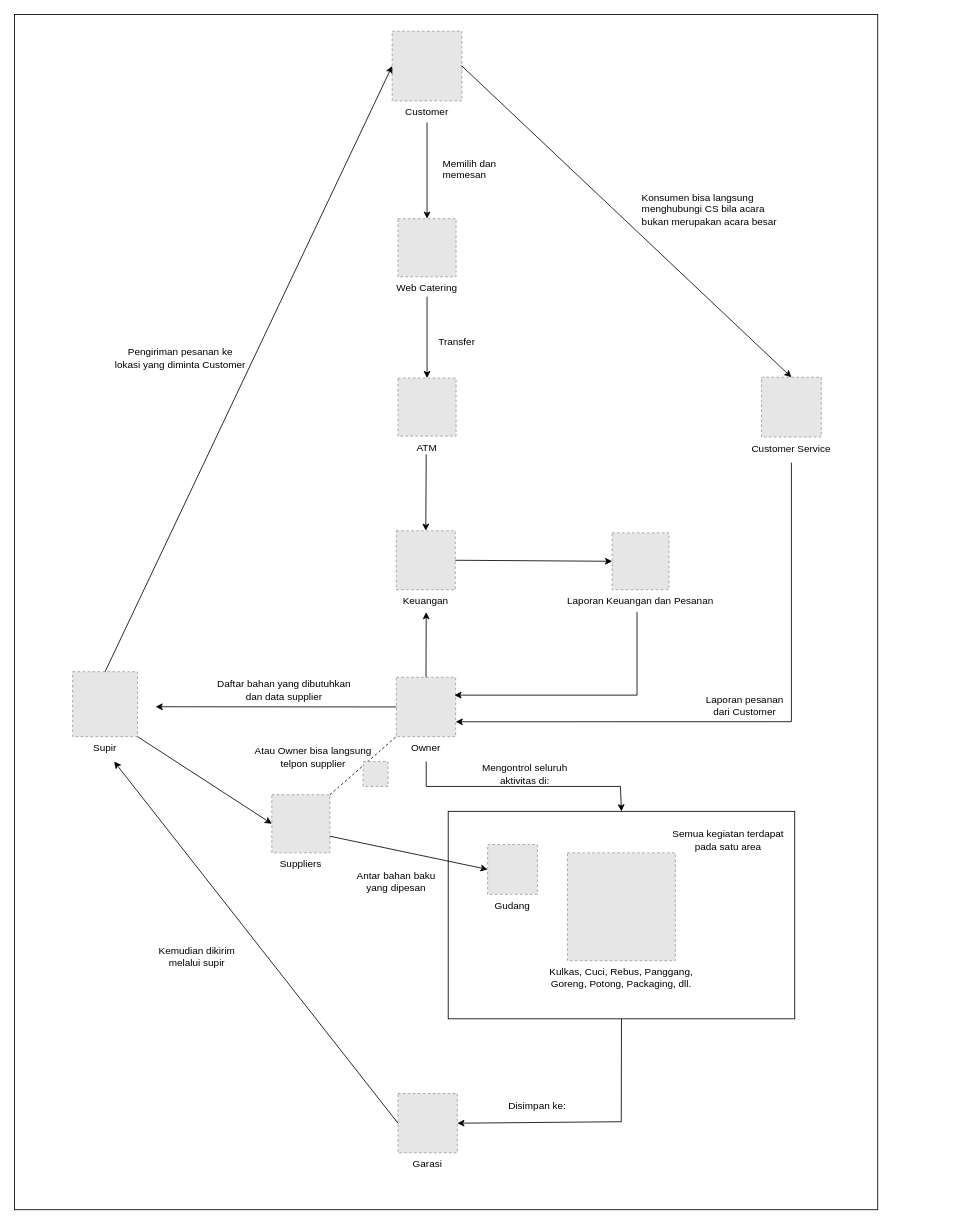
This is richpicture.drawio from kaniadinda/2102421_KaniaDindaFasya_C12021, a draw.io file, before an edit. Source tidied: cells renumbered, new cells numbered last; positions are measured from the earlier drawing's top-left corner, leaving out a move shared by most shapes. Both pictures are drawn from the tidied source at 83%, with x=0, y=0 at pixel (14, 14). Pictures stored in the file or linked from it are replaced by grey dashed boxes.
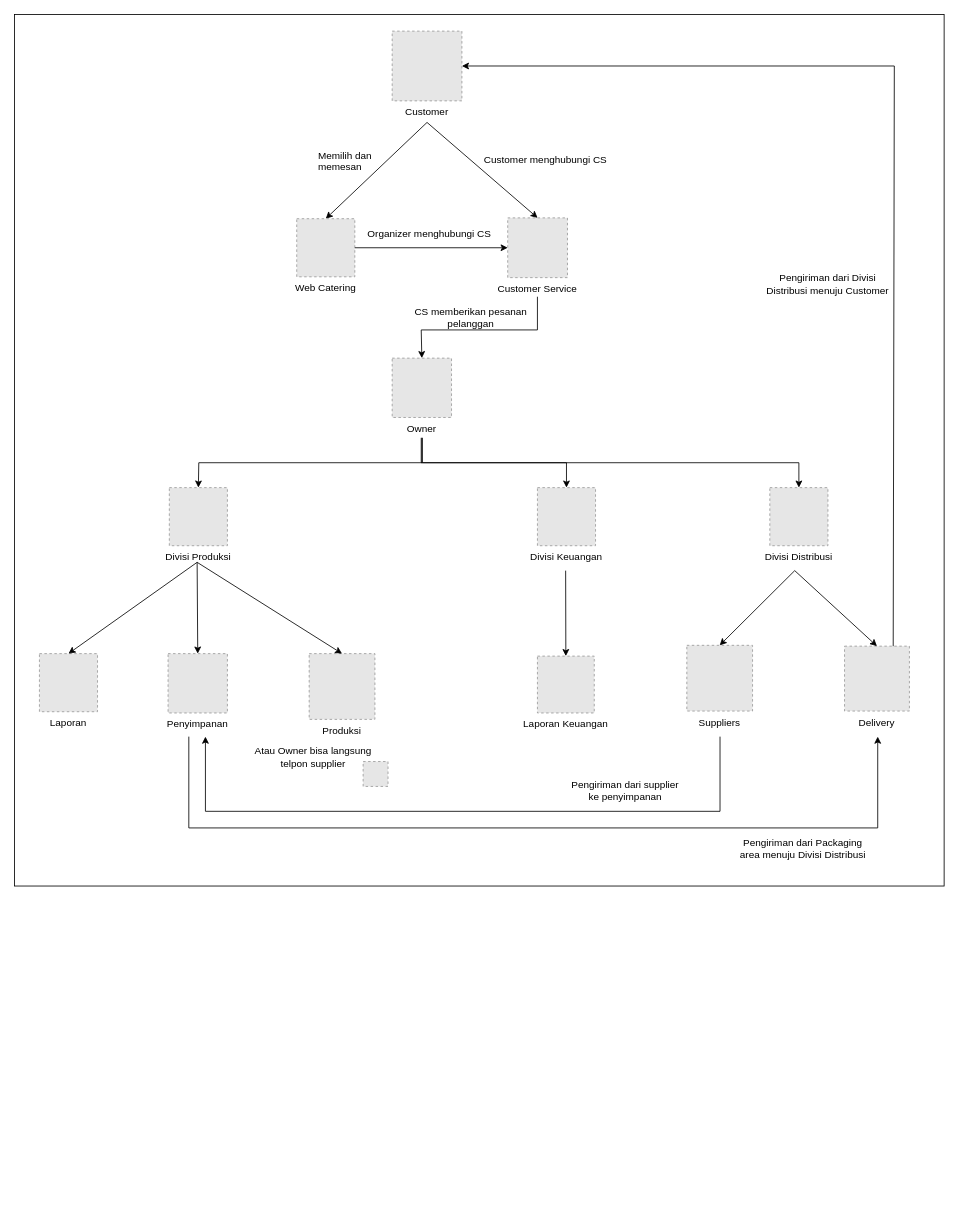
The same diagram, later.

Unchanged cells that the change refers to:
```xml
<mxCell id="6" value="Customer" style="fillColor=#E6E6E6;strokeColor=#999999;dashed=1;verticalLabelPosition=bottom;verticalAlign=top;labelBackgroundColor=#ffffff;" parent="1" vertex="1">
  <mxGeometry x="455" y="20" width="84" height="84" as="geometry" />
</mxCell>
```

Diff of the diagram source:
```diff
@@
     <mxCell id="2" style="rounded=0;whiteSpace=wrap;html=1;" parent="1" vertex="1">
-      <mxGeometry width="1040" height="1440" as="geometry" />
+      <mxGeometry width="1120" height="1050" as="geometry" />
     </mxCell>
-    <mxCell id="3" style="rounded=0;whiteSpace=wrap;html=1;" parent="1" vertex="1">
-      <mxGeometry x="522.5" y="960" width="417.5" height="250" as="geometry" />
-    </mxCell>
-    <mxCell id="4" value="Laporan Keuangan dan Pesanan" style="fillColor=#E6E6E6;strokeColor=#999999;dashed=1;verticalLabelPosition=bottom;verticalAlign=top;labelBackgroundColor=#ffffff;" parent="1" vertex="1">
-      <mxGeometry x="720" y="624.5" width="68.5" height="68.5" as="geometry" />
+    <mxCell id="4" value="Laporan Keuangan" style="fillColor=#E6E6E6;strokeColor=#999999;dashed=1;verticalLabelPosition=bottom;verticalAlign=top;labelBackgroundColor=#ffffff;" parent="1" vertex="1">
+      <mxGeometry x="630" y="773" width="68.5" height="68.5" as="geometry" />
     </mxCell>
-    <mxCell id="5" value="Garasi" style="fillColor=#E6E6E6;strokeColor=#999999;dashed=1;verticalLabelPosition=bottom;verticalAlign=top;labelBackgroundColor=#ffffff;" parent="1" vertex="1">
-      <mxGeometry x="462" y="1300" width="71.5" height="71.5" as="geometry" />
+    <mxCell id="5" value="Penyimpanan" style="fillColor=#E6E6E6;strokeColor=#999999;dashed=1;verticalLabelPosition=bottom;verticalAlign=top;labelBackgroundColor=#ffffff;" parent="1" vertex="1">
+      <mxGeometry x="185" y="770" width="71.5" height="71.5" as="geometry" />
     </mxCell>
@@
-    <mxCell id="7" value="Keuangan" style="fillColor=#E6E6E6;strokeColor=#999999;dashed=1;verticalLabelPosition=bottom;verticalAlign=top;" parent="1" vertex="1">
-      <mxGeometry x="460" y="622" width="71" height="71" as="geometry" />
-    </mxCell>
     <mxCell id="8" value="Owner" style="fillColor=#E6E6E6;strokeColor=#999999;dashed=1;verticalLabelPosition=bottom;verticalAlign=top;" parent="1" vertex="1">
-      <mxGeometry x="460" y="798.5" width="71.5" height="71.5" as="geometry" />
+      <mxGeometry x="455" y="414" width="71.5" height="71.5" as="geometry" />
     </mxCell>
-    <mxCell id="9" value="Web Catering" style="fillColor=#E6E6E6;strokeColor=#999999;dashed=1;verticalLabelPosition=bottom;verticalAlign=top;" parent="1" vertex="1">
-      <mxGeometry x="462" y="246" width="70" height="70" as="geometry" />
-    </mxCell>
     <mxCell id="10" value="Customer Service" style="fillColor=#E6E6E6;strokeColor=#999999;dashed=1;verticalLabelPosition=bottom;verticalAlign=top;" parent="1" vertex="1">
-      <mxGeometry x="900" y="437" width="72" height="72" as="geometry" />
+      <mxGeometry x="594.2" y="245" width="72" height="72" as="geometry" />
     </mxCell>
-    <mxCell id="11" value="Supir" style="fillColor=#E6E6E6;strokeColor=#999999;dashed=1;verticalLabelPosition=bottom;verticalAlign=top;" parent="1" vertex="1">
-      <mxGeometry x="70" y="791.8" width="78.2" height="78.2" as="geometry" />
+    <mxCell id="11" value="Delivery" style="fillColor=#E6E6E6;strokeColor=#999999;dashed=1;verticalLabelPosition=bottom;verticalAlign=top;" parent="1" vertex="1">
+      <mxGeometry x="1000" y="761" width="78.2" height="78.2" as="geometry" />
     </mxCell>
-    <mxCell id="12" value="ATM" style="fillColor=#E6E6E6;strokeColor=#999999;dashed=1;verticalLabelPosition=bottom;verticalAlign=top;" parent="1" vertex="1">
-      <mxGeometry x="462" y="438" width="70" height="70" as="geometry" />
-    </mxCell>
     <mxCell id="13" value="Suppliers" style="fillColor=#E6E6E6;strokeColor=#999999;dashed=1;verticalLabelPosition=bottom;verticalAlign=top;" parent="1" vertex="1">
-      <mxGeometry x="310" y="940" width="70" height="70" as="geometry" />
+      <mxGeometry x="810" y="760" width="79.2" height="79.2" as="geometry" />
     </mxCell>
-    <mxCell id="14" value="Kulkas, Cuci, Rebus, Panggang,&#10;Goreng, Potong, Packaging, dll." style="fillColor=#E6E6E6;strokeColor=#999999;dashed=1;verticalLabelPosition=bottom;verticalAlign=top;" parent="1" vertex="1">
-      <mxGeometry x="666.2" y="1010" width="130" height="130" as="geometry" />
+    <mxCell id="14" value="Produksi" style="fillColor=#E6E6E6;strokeColor=#999999;dashed=1;verticalLabelPosition=bottom;verticalAlign=top;" parent="1" vertex="1">
+      <mxGeometry x="355" y="770" width="79.2" height="79.2" as="geometry" />
     </mxCell>
@@
     <mxCell id="16" value="Memilih dan memesan" style="text;strokeColor=none;fillColor=none;align=left;verticalAlign=middle;spacingLeft=4;spacingRight=4;overflow=hidden;whiteSpace=wrap;html=1;" parent="1" vertex="1">
-      <mxGeometry x="510" y="170" width="80" height="30" as="geometry" />
+      <mxGeometry x="360" y="160" width="80" height="30" as="geometry" />
     </mxCell>
-    <mxCell id="17" style="endArrow=classic;html=1;rounded=0;entryX=0.5;entryY=0;entryDx=0;entryDy=0;" parent="1" edge="1" target="12">
-      <mxGeometry relative="1" as="geometry">
-        <mxPoint x="497" y="340" as="sourcePoint" />
-      </mxGeometry>
-    </mxCell>
-    <mxCell id="18" style="endArrow=classic;html=1;rounded=0;entryX=0.5;entryY=0;entryDx=0;entryDy=0;" parent="1" edge="1" target="7">
-      <mxGeometry relative="1" as="geometry">
-        <mxPoint x="496" y="530" as="sourcePoint" />
-      </mxGeometry>
-    </mxCell>
-    <mxCell id="19" value="Transfer" style="text;strokeColor=none;fillColor=none;align=left;verticalAlign=middle;spacingLeft=4;spacingRight=4;overflow=hidden;whiteSpace=wrap;html=1;" parent="1" vertex="1">
-      <mxGeometry x="505" y="380" width="80" height="30" as="geometry" />
-    </mxCell>
-    <mxCell id="20" style="endArrow=classic;html=1;rounded=0;exitX=1;exitY=0.5;exitDx=0;exitDy=0;entryX=0;entryY=0.5;entryDx=0;entryDy=0;" parent="1" edge="1" source="7" target="4">
-      <mxGeometry relative="1" as="geometry" />
+    <mxCell id="20" style="endArrow=classic;html=1;rounded=0;entryX=0.5;entryY=0;entryDx=0;entryDy=0;" parent="1" edge="1" target="4">
+      <mxGeometry relative="1" as="geometry">
+        <mxPoint x="664" y="670" as="sourcePoint" />
+      </mxGeometry>
     </mxCell>
-    <mxCell id="21" style="endArrow=classic;html=1;rounded=0;exitX=0.5;exitY=0;exitDx=0;exitDy=0;" parent="1" edge="1" source="8">
-      <mxGeometry relative="1" as="geometry">
-        <mxPoint x="496" y="720" as="targetPoint" />
-      </mxGeometry>
-    </mxCell>
-    <mxCell id="22" style="endArrow=classic;html=1;rounded=0;" parent="1" edge="1">
-      <mxGeometry relative="1" as="geometry">
-        <mxPoint x="750" y="720" as="sourcePoint" />
-        <mxPoint x="530" y="820" as="targetPoint" />
-        <Array as="points">
-          <mxPoint x="750" y="820" />
-        </Array>
-      </mxGeometry>
-    </mxCell>
-    <mxCell id="23" style="endArrow=classic;html=1;rounded=0;exitX=1;exitY=0.5;exitDx=0;exitDy=0;entryX=0.5;entryY=0;entryDx=0;entryDy=0;" parent="1" edge="1" source="6" target="10">
-      <mxGeometry relative="1" as="geometry" />
+    <mxCell id="23" style="endArrow=classic;html=1;rounded=0;entryX=0.5;entryY=0;entryDx=0;entryDy=0;" parent="1" edge="1" target="10">
+      <mxGeometry relative="1" as="geometry">
+        <mxPoint x="497" y="130" as="sourcePoint" />
+      </mxGeometry>
     </mxCell>
-    <mxCell id="24" value="Konsumen bisa langsung menghubungi CS bila acara bukan merupakan acara besar" style="text;strokeColor=none;fillColor=none;align=left;verticalAlign=middle;spacingLeft=4;spacingRight=4;overflow=hidden;whiteSpace=wrap;html=1;" parent="1" vertex="1">
-      <mxGeometry x="750" y="210" width="190" height="50" as="geometry" />
-    </mxCell>
-    <mxCell id="25" style="endArrow=classic;html=1;rounded=0;entryX=1;entryY=0.75;entryDx=0;entryDy=0;" parent="1" edge="1" target="8">
-      <mxGeometry relative="1" as="geometry">
-        <mxPoint x="936" y="540" as="sourcePoint" />
-        <Array as="points">
-          <mxPoint x="936" y="852" />
-        </Array>
-      </mxGeometry>
-    </mxCell>
-    <mxCell id="26" value="Laporan pesanan dari Customer" style="text;html=1;strokeColor=none;fillColor=none;align=center;verticalAlign=middle;whiteSpace=wrap;rounded=0;" parent="1" vertex="1">
-      <mxGeometry x="830" y="818" width="100" height="30" as="geometry" />
-    </mxCell>
-    <mxCell id="27" value="Semua kegiatan terdapat pada satu area" style="text;html=1;strokeColor=none;fillColor=none;align=center;verticalAlign=middle;whiteSpace=wrap;rounded=0;" parent="1" vertex="1">
-      <mxGeometry x="790" y="980" width="140" height="30" as="geometry" />
-    </mxCell>
-    <mxCell id="28" style="endArrow=classic;html=1;rounded=0;entryX=0.5;entryY=0;entryDx=0;entryDy=0;" parent="1" edge="1" target="3">
-      <mxGeometry relative="1" as="geometry">
-        <mxPoint x="496" y="900" as="sourcePoint" />
-        <Array as="points">
-          <mxPoint x="496" y="930" />
-          <mxPoint x="730" y="930" />
-        </Array>
-      </mxGeometry>
-    </mxCell>
-    <mxCell id="29" style="endArrow=classic;html=1;rounded=0;exitX=0.5;exitY=1;exitDx=0;exitDy=0;entryX=1;entryY=0.5;entryDx=0;entryDy=0;" parent="1" edge="1" source="3" target="5">
-      <mxGeometry relative="1" as="geometry">
-        <Array as="points">
-          <mxPoint x="731" y="1334" />
-        </Array>
-      </mxGeometry>
-    </mxCell>
-    <mxCell id="30" value="Disimpan ke:" style="text;html=1;strokeColor=none;fillColor=none;align=center;verticalAlign=middle;whiteSpace=wrap;rounded=0;" parent="1" vertex="1">
-      <mxGeometry x="580" y="1300" width="100" height="30" as="geometry" />
-    </mxCell>
-    <mxCell id="31" style="endArrow=classic;html=1;rounded=0;exitX=0;exitY=0.5;exitDx=0;exitDy=0;" parent="1" edge="1" source="5">
-      <mxGeometry relative="1" as="geometry">
-        <mxPoint x="120" y="900" as="targetPoint" />
-      </mxGeometry>
-    </mxCell>
-    <mxCell id="32" value="Kemudian dikirim melalui supir" style="text;html=1;strokeColor=none;fillColor=none;align=center;verticalAlign=middle;whiteSpace=wrap;rounded=0;" parent="1" vertex="1">
-      <mxGeometry x="170" y="1120" width="100" height="30" as="geometry" />
+    <mxCell id="32" value="Pengiriman dari Divisi Distribusi menuju Customer" style="text;html=1;strokeColor=none;fillColor=none;align=center;verticalAlign=middle;whiteSpace=wrap;rounded=0;" parent="1" vertex="1">
+      <mxGeometry x="900" y="310" width="160" height="30" as="geometry" />
     </mxCell>
+    <mxCell id="36" value="Pengiriman dari supplier ke penyimpanan" style="text;html=1;strokeColor=none;fillColor=none;align=center;verticalAlign=middle;whiteSpace=wrap;rounded=0;" parent="1" vertex="1">
+      <mxGeometry x="666.2" y="920" width="140" height="30" as="geometry" />
+    </mxCell>
+    <mxCell id="38" value="Atau Owner bisa langsung telpon supplier" style="text;html=1;strokeColor=none;fillColor=none;align=center;verticalAlign=middle;whiteSpace=wrap;rounded=0;" parent="1" vertex="1">
+      <mxGeometry x="280" y="880" width="160" height="30" as="geometry" />
+    </mxCell>
+    <mxCell id="42" value="Pengiriman dari Packaging area menuju Divisi Distribusi" style="text;html=1;strokeColor=none;fillColor=none;align=center;verticalAlign=middle;whiteSpace=wrap;rounded=0;" parent="1" vertex="1">
+      <mxGeometry x="870" y="990" width="160" height="30" as="geometry" />
+    </mxCell>
+    <mxCell id="44" style="fillColor=#E6E6E6;strokeColor=#999999;dashed=1;verticalLabelPosition=bottom;verticalAlign=top;" parent="1" vertex="1">
+      <mxGeometry x="420" y="900" width="30" height="30" as="geometry" />
+    </mxCell>
+    <mxCell id="9" value="Web Catering" style="fillColor=#E6E6E6;strokeColor=#999999;dashed=1;verticalLabelPosition=bottom;verticalAlign=top;" parent="1" vertex="1">
+      <mxGeometry x="340" y="246" width="70" height="70" as="geometry" />
+    </mxCell>
+    <mxCell id="45" style="endArrow=classic;html=1;rounded=0;exitX=1;exitY=0.5;exitDx=0;exitDy=0;entryX=0;entryY=0.5;entryDx=0;entryDy=0;startArrow=none;" parent="1" edge="1" source="9" target="10">
+      <mxGeometry relative="1" as="geometry" />
+    </mxCell>
+    <mxCell id="46" style="endArrow=classic;html=1;rounded=0;entryX=0.5;entryY=0;entryDx=0;entryDy=0;" parent="1" edge="1" target="8">
+      <mxGeometry relative="1" as="geometry">
+        <mxPoint x="630" y="340" as="sourcePoint" />
+        <Array as="points">
+          <mxPoint x="630" y="380" />
+          <mxPoint x="490" y="380" />
+        </Array>
+      </mxGeometry>
+    </mxCell>
+    <mxCell id="47" value="Divisi Produksi" style="fillColor=#E6E6E6;strokeColor=#999999;dashed=1;verticalLabelPosition=bottom;verticalAlign=top;" parent="1" vertex="1">
+      <mxGeometry x="186.5" y="570" width="70" height="70" as="geometry" />
+    </mxCell>
+    <mxCell id="48" value="Divisi Keuangan" style="fillColor=#E6E6E6;strokeColor=#999999;dashed=1;verticalLabelPosition=bottom;verticalAlign=top;" parent="1" vertex="1">
+      <mxGeometry x="630" y="570" width="70" height="70" as="geometry" />
+    </mxCell>
+    <mxCell id="49" value="Divisi Distribusi" style="fillColor=#E6E6E6;strokeColor=#999999;dashed=1;verticalLabelPosition=bottom;verticalAlign=top;" parent="1" vertex="1">
+      <mxGeometry x="910" y="570" width="70" height="70" as="geometry" />
+    </mxCell>
+    <mxCell id="50" value="Laporan" style="fillColor=#E6E6E6;strokeColor=#999999;dashed=1;verticalLabelPosition=bottom;verticalAlign=top;" parent="1" vertex="1">
+      <mxGeometry x="30" y="770" width="70" height="70" as="geometry" />
+    </mxCell>
+    <mxCell id="51" style="endArrow=classic;html=1;rounded=0;entryX=0.5;entryY=0;entryDx=0;entryDy=0;" parent="1" edge="1" target="14">
+      <mxGeometry relative="1" as="geometry">
+        <mxPoint x="220" y="660" as="sourcePoint" />
+      </mxGeometry>
+    </mxCell>
+    <mxCell id="52" style="endArrow=classic;html=1;rounded=0;entryX=0.5;entryY=0;entryDx=0;entryDy=0;" parent="1" edge="1" target="5">
+      <mxGeometry relative="1" as="geometry">
+        <mxPoint x="220" y="660" as="sourcePoint" />
+      </mxGeometry>
+    </mxCell>
+    <mxCell id="53" style="endArrow=classic;html=1;rounded=0;entryX=0.5;entryY=0;entryDx=0;entryDy=0;" parent="1" edge="1" target="50">
+      <mxGeometry relative="1" as="geometry">
+        <mxPoint x="220" y="660" as="sourcePoint" />
+      </mxGeometry>
+    </mxCell>
+    <mxCell id="54" style="endArrow=classic;html=1;rounded=0;entryX=0.5;entryY=0;entryDx=0;entryDy=0;" parent="1" edge="1" target="13">
+      <mxGeometry relative="1" as="geometry">
+        <mxPoint x="940" y="670" as="sourcePoint" />
+      </mxGeometry>
+    </mxCell>
+    <mxCell id="55" style="endArrow=classic;html=1;rounded=0;entryX=0.5;entryY=0;entryDx=0;entryDy=0;" parent="1" edge="1" target="11">
+      <mxGeometry relative="1" as="geometry">
+        <mxPoint x="940" y="670" as="sourcePoint" />
+      </mxGeometry>
+    </mxCell>
+    <mxCell id="56" style="endArrow=classic;html=1;rounded=0;" parent="1" edge="1">
+      <mxGeometry relative="1" as="geometry">
+        <mxPoint x="850" y="870" as="sourcePoint" />
+        <mxPoint x="230" y="870" as="targetPoint" />
+        <Array as="points">
+          <mxPoint x="850" y="960" />
+          <mxPoint x="230" y="960" />
+        </Array>
+      </mxGeometry>
+    </mxCell>
+    <mxCell id="57" style="endArrow=classic;html=1;rounded=0;" parent="1" edge="1">
+      <mxGeometry relative="1" as="geometry">
+        <mxPoint x="210" y="870" as="sourcePoint" />
+        <mxPoint x="1040" y="870" as="targetPoint" />
+        <Array as="points">
+          <mxPoint x="210" y="980" />
+          <mxPoint x="1040" y="980" />
+        </Array>
+      </mxGeometry>
+    </mxCell>
-    <mxCell id="33" style="endArrow=classic;html=1;rounded=0;exitX=0.5;exitY=0;exitDx=0;exitDy=0;entryX=0;entryY=0.5;entryDx=0;entryDy=0;" parent="1" edge="1" source="11" target="6">
-      <mxGeometry relative="1" as="geometry" />
+    <mxCell id="33" style="endArrow=classic;html=1;rounded=0;exitX=0.75;exitY=0;exitDx=0;exitDy=0;entryX=1;entryY=0.5;entryDx=0;entryDy=0;" parent="1" edge="1" source="11" target="6">
+      <mxGeometry relative="1" as="geometry">
+        <Array as="points">
+          <mxPoint x="1060" y="62" />
+        </Array>
+      </mxGeometry>
     </mxCell>
-    <mxCell id="34" value="Pengiriman pesanan ke lokasi yang diminta Customer" style="text;html=1;strokeColor=none;fillColor=none;align=center;verticalAlign=middle;whiteSpace=wrap;rounded=0;" parent="1" vertex="1">
-      <mxGeometry x="120" y="399" width="160" height="30" as="geometry" />
+    <mxCell id="34" value="Organizer menghubungi CS" style="text;html=1;strokeColor=none;fillColor=none;align=center;verticalAlign=middle;whiteSpace=wrap;rounded=0;" parent="1" vertex="1">
+      <mxGeometry x="420" y="250" width="160" height="30" as="geometry" />
     </mxCell>
-    <mxCell id="35" style="endArrow=classic;html=1;rounded=0;exitX=0;exitY=0.5;exitDx=0;exitDy=0;" parent="1" edge="1" source="8">
-      <mxGeometry relative="1" as="geometry">
-        <mxPoint x="170" y="834" as="targetPoint" />
-      </mxGeometry>
-    </mxCell>
-    <mxCell id="36" value="Daftar bahan yang dibutuhkan dan data supplier" style="text;html=1;strokeColor=none;fillColor=none;align=center;verticalAlign=middle;whiteSpace=wrap;rounded=0;" parent="1" vertex="1">
-      <mxGeometry x="240" y="798.5" width="170" height="30" as="geometry" />
-    </mxCell>
-    <mxCell id="37" style="endArrow=none;dashed=1;html=1;rounded=0;entryX=0;entryY=1;entryDx=0;entryDy=0;exitX=1;exitY=0;exitDx=0;exitDy=0;startArrow=none;" parent="1" edge="1" source="13" target="8">
-      <mxGeometry relative="1" as="geometry" />
-    </mxCell>
-    <mxCell id="38" value="Atau Owner bisa langsung telpon supplier" style="text;html=1;strokeColor=none;fillColor=none;align=center;verticalAlign=middle;whiteSpace=wrap;rounded=0;" parent="1" vertex="1">
-      <mxGeometry x="280" y="880" width="160" height="30" as="geometry" />
-    </mxCell>
-    <mxCell id="39" style="endArrow=classic;html=1;rounded=0;exitX=1;exitY=1;exitDx=0;exitDy=0;entryX=0;entryY=0.5;entryDx=0;entryDy=0;" parent="1" edge="1" source="11" target="13">
-      <mxGeometry relative="1" as="geometry" />
-    </mxCell>
-    <mxCell id="40" value="Gudang" style="fillColor=#E6E6E6;strokeColor=#999999;dashed=1;verticalLabelPosition=bottom;verticalAlign=top;" parent="1" vertex="1">
-      <mxGeometry x="570" y="1000" width="60" height="60" as="geometry" />
-    </mxCell>
-    <mxCell id="41" style="endArrow=classic;html=1;rounded=0;entryX=0;entryY=0.5;entryDx=0;entryDy=0;startArrow=none;" parent="1" edge="1" target="40">
-      <mxGeometry relative="1" as="geometry">
-        <mxPoint x="380" y="990" as="sourcePoint" />
-      </mxGeometry>
-    </mxCell>
-    <mxCell id="42" value="Antar bahan baku yang dipesan" style="text;html=1;strokeColor=none;fillColor=none;align=center;verticalAlign=middle;whiteSpace=wrap;rounded=0;" parent="1" vertex="1">
-      <mxGeometry x="410" y="1030" width="100" height="30" as="geometry" />
-    </mxCell>
-    <mxCell id="43" value="Mengontrol seluruh aktivitas di:" style="text;html=1;strokeColor=none;fillColor=none;align=center;verticalAlign=middle;whiteSpace=wrap;rounded=0;" parent="1" vertex="1">
-      <mxGeometry x="550" y="900" width="130" height="30" as="geometry" />
-    </mxCell>
-    <mxCell id="44" style="fillColor=#E6E6E6;strokeColor=#999999;dashed=1;verticalLabelPosition=bottom;verticalAlign=top;" parent="1" vertex="1">
-      <mxGeometry x="420" y="900" width="30" height="30" as="geometry" />
-    </mxCell>
+    <mxCell id="58" value="Customer menghubungi CS" style="text;html=1;strokeColor=none;fillColor=none;align=center;verticalAlign=middle;whiteSpace=wrap;rounded=0;" parent="1" vertex="1">
+      <mxGeometry x="560" y="160" width="160" height="30" as="geometry" />
+    </mxCell>
+    <mxCell id="59" value="CS memberikan pesanan pelanggan" style="text;html=1;strokeColor=none;fillColor=none;align=center;verticalAlign=middle;whiteSpace=wrap;rounded=0;" parent="1" vertex="1">
+      <mxGeometry x="470" y="350" width="160" height="30" as="geometry" />
+    </mxCell>
+    <mxCell id="60" style="endArrow=classic;html=1;rounded=0;entryX=0.5;entryY=0;entryDx=0;entryDy=0;" parent="1" edge="1" target="47">
+      <mxGeometry relative="1" as="geometry">
+        <mxPoint x="491" y="510" as="sourcePoint" />
+        <Array as="points">
+          <mxPoint x="491" y="540" />
+          <mxPoint x="222" y="540" />
+        </Array>
+      </mxGeometry>
+    </mxCell>
+    <mxCell id="61" style="endArrow=classic;html=1;rounded=0;entryX=0.5;entryY=0;entryDx=0;entryDy=0;" parent="1" edge="1" target="48">
+      <mxGeometry relative="1" as="geometry">
+        <mxPoint x="490" y="510" as="sourcePoint" />
+        <Array as="points">
+          <mxPoint x="490" y="540" />
+          <mxPoint x="665" y="540" />
+        </Array>
+      </mxGeometry>
+    </mxCell>
+    <mxCell id="62" style="endArrow=classic;html=1;rounded=0;entryX=0.5;entryY=0;entryDx=0;entryDy=0;" parent="1" edge="1" target="49">
+      <mxGeometry relative="1" as="geometry">
+        <mxPoint x="491.2" y="510" as="sourcePoint" />
+        <Array as="points">
+          <mxPoint x="491.2" y="540" />
+          <mxPoint x="945" y="540" />
+        </Array>
+      </mxGeometry>
+    </mxCell>
```
